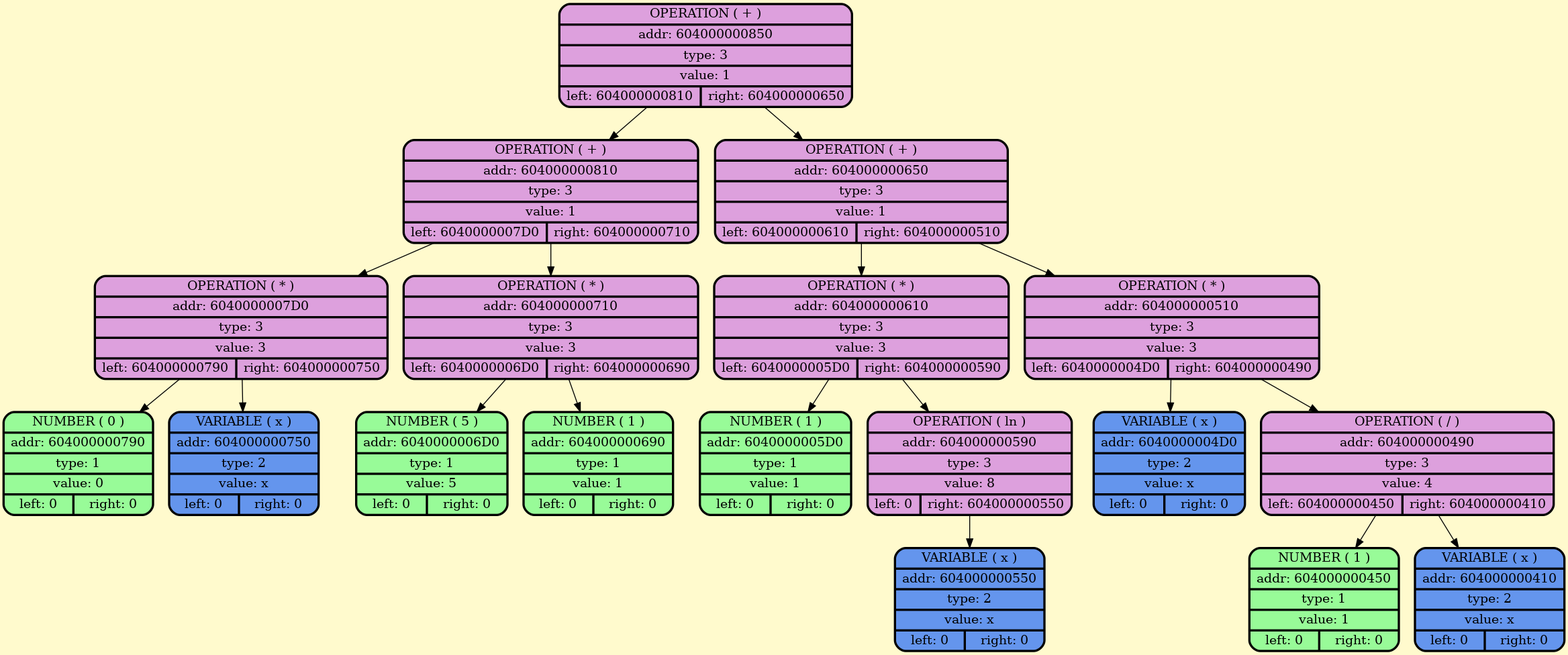
Earlier version of the Graphviz export dumpGraph/deriv.png (BulgakovDmitry/differentiator). Its source is kept beside it as dumpGraph/deriv.gv.
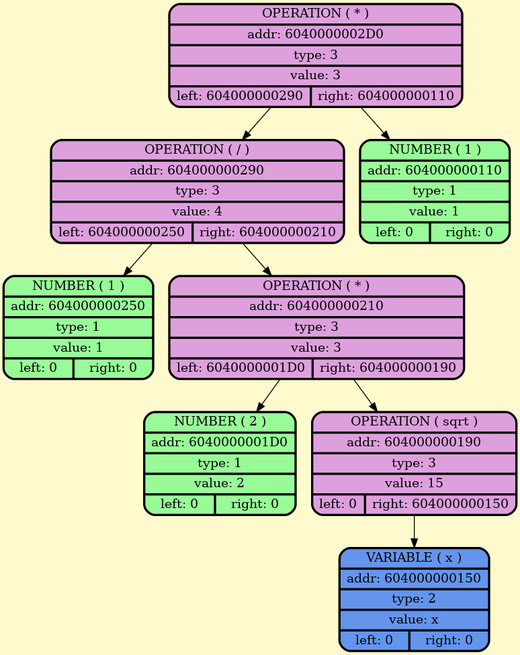
Above is the later version.

The edit, as a diff of the source:
```diff
@@ -2,39 +2,19 @@
     node [style=filled, fontcolor=darkblue, fillcolor=peachpuff, color="#252A34", penwidth=2.5];
     bgcolor="lemonchiffon";
 
-node_0x604000000850 [shape=Mrecord; style = filled; fillcolor=plum; color = "#000000"; fontcolor = "#000000";label=" {OPERATION ( + ) | addr: 604000000850 | type: 3 | value: 1 | {left: 604000000810 | right: 604000000650}} "];
-node_0x604000000810 [shape=Mrecord; style = filled; fillcolor=plum; color = "#000000"; fontcolor = "#000000";label=" {OPERATION ( + ) | addr: 604000000810 | type: 3 | value: 1 | {left: 6040000007D0 | right: 604000000710}} "];
-node_0x6040000007d0 [shape=Mrecord; style = filled; fillcolor=plum; color = "#000000"; fontcolor = "#000000";label=" {OPERATION ( * ) | addr: 6040000007D0 | type: 3 | value: 3 | {left: 604000000790 | right: 604000000750}} "];
-    node_0x604000000790 [shape=Mrecord; style = filled; fillcolor = palegreen; color = "#000000"; fontcolor = "#000000";  label="  {NUMBER ( 0 )| addr: 604000000790 | type: 1| value: 0 | {left: 0 | right: 0}} "];
-    node_0x604000000750 [shape=Mrecord; style = filled; fillcolor = cornflowerblue; color = "#000000"; fontcolor = "#000000";  label="  {VARIABLE ( x )| addr: 604000000750 | type: 2| value: x | {left: 0 | right: 0}} "];
-node_0x604000000710 [shape=Mrecord; style = filled; fillcolor=plum; color = "#000000"; fontcolor = "#000000";label=" {OPERATION ( * ) | addr: 604000000710 | type: 3 | value: 3 | {left: 6040000006D0 | right: 604000000690}} "];
-    node_0x6040000006d0 [shape=Mrecord; style = filled; fillcolor = palegreen; color = "#000000"; fontcolor = "#000000";  label="  {NUMBER ( 5 )| addr: 6040000006D0 | type: 1| value: 5 | {left: 0 | right: 0}} "];
-    node_0x604000000690 [shape=Mrecord; style = filled; fillcolor = palegreen; color = "#000000"; fontcolor = "#000000";  label="  {NUMBER ( 1 )| addr: 604000000690 | type: 1| value: 1 | {left: 0 | right: 0}} "];
-node_0x604000000650 [shape=Mrecord; style = filled; fillcolor=plum; color = "#000000"; fontcolor = "#000000";label=" {OPERATION ( + ) | addr: 604000000650 | type: 3 | value: 1 | {left: 604000000610 | right: 604000000510}} "];
-node_0x604000000610 [shape=Mrecord; style = filled; fillcolor=plum; color = "#000000"; fontcolor = "#000000";label=" {OPERATION ( * ) | addr: 604000000610 | type: 3 | value: 3 | {left: 6040000005D0 | right: 604000000590}} "];
-    node_0x6040000005d0 [shape=Mrecord; style = filled; fillcolor = palegreen; color = "#000000"; fontcolor = "#000000";  label="  {NUMBER ( 1 )| addr: 6040000005D0 | type: 1| value: 1 | {left: 0 | right: 0}} "];
-node_0x604000000590 [shape=Mrecord; style = filled; fillcolor=plum; color = "#000000"; fontcolor = "#000000";label=" {OPERATION ( ln ) | addr: 604000000590 | type: 3 | value: 8 | {left: 0 | right: 604000000550}} "];
-    node_0x604000000550 [shape=Mrecord; style = filled; fillcolor = cornflowerblue; color = "#000000"; fontcolor = "#000000";  label="  {VARIABLE ( x )| addr: 604000000550 | type: 2| value: x | {left: 0 | right: 0}} "];
-node_0x604000000510 [shape=Mrecord; style = filled; fillcolor=plum; color = "#000000"; fontcolor = "#000000";label=" {OPERATION ( * ) | addr: 604000000510 | type: 3 | value: 3 | {left: 6040000004D0 | right: 604000000490}} "];
-    node_0x6040000004d0 [shape=Mrecord; style = filled; fillcolor = cornflowerblue; color = "#000000"; fontcolor = "#000000";  label="  {VARIABLE ( x )| addr: 6040000004D0 | type: 2| value: x | {left: 0 | right: 0}} "];
-node_0x604000000490 [shape=Mrecord; style = filled; fillcolor=plum; color = "#000000"; fontcolor = "#000000";label=" {OPERATION ( / ) | addr: 604000000490 | type: 3 | value: 4 | {left: 604000000450 | right: 604000000410}} "];
-    node_0x604000000450 [shape=Mrecord; style = filled; fillcolor = palegreen; color = "#000000"; fontcolor = "#000000";  label="  {NUMBER ( 1 )| addr: 604000000450 | type: 1| value: 1 | {left: 0 | right: 0}} "];
-    node_0x604000000410 [shape=Mrecord; style = filled; fillcolor = cornflowerblue; color = "#000000"; fontcolor = "#000000";  label="  {VARIABLE ( x )| addr: 604000000410 | type: 2| value: x | {left: 0 | right: 0}} "];
-    node_0x604000000850 -> node_0x604000000810;
-    node_0x604000000810 -> node_0x6040000007d0;
-    node_0x6040000007d0 -> node_0x604000000790;
-    node_0x6040000007d0 -> node_0x604000000750;
-    node_0x604000000810 -> node_0x604000000710;
-    node_0x604000000710 -> node_0x6040000006d0;
-    node_0x604000000710 -> node_0x604000000690;
-    node_0x604000000850 -> node_0x604000000650;
-    node_0x604000000650 -> node_0x604000000610;
-    node_0x604000000610 -> node_0x6040000005d0;
-    node_0x604000000610 -> node_0x604000000590;
-    node_0x604000000590 -> node_0x604000000550;
-    node_0x604000000650 -> node_0x604000000510;
-    node_0x604000000510 -> node_0x6040000004d0;
-    node_0x604000000510 -> node_0x604000000490;
-    node_0x604000000490 -> node_0x604000000450;
-    node_0x604000000490 -> node_0x604000000410;
+node_0x6040000002d0 [shape=Mrecord; style = filled; fillcolor=plum; color = "#000000"; fontcolor = "#000000";label=" {OPERATION ( * ) | addr: 6040000002D0 | type: 3 | value: 3 | {left: 604000000290 | right: 604000000110}} "];
+node_0x604000000290 [shape=Mrecord; style = filled; fillcolor=plum; color = "#000000"; fontcolor = "#000000";label=" {OPERATION ( / ) | addr: 604000000290 | type: 3 | value: 4 | {left: 604000000250 | right: 604000000210}} "];
+    node_0x604000000250 [shape=Mrecord; style = filled; fillcolor = palegreen; color = "#000000"; fontcolor = "#000000";  label="  {NUMBER ( 1 )| addr: 604000000250 | type: 1| value: 1 | {left: 0 | right: 0}} "];
+node_0x604000000210 [shape=Mrecord; style = filled; fillcolor=plum; color = "#000000"; fontcolor = "#000000";label=" {OPERATION ( * ) | addr: 604000000210 | type: 3 | value: 3 | {left: 6040000001D0 | right: 604000000190}} "];
+    node_0x6040000001d0 [shape=Mrecord; style = filled; fillcolor = palegreen; color = "#000000"; fontcolor = "#000000";  label="  {NUMBER ( 2 )| addr: 6040000001D0 | type: 1| value: 2 | {left: 0 | right: 0}} "];
+node_0x604000000190 [shape=Mrecord; style = filled; fillcolor=plum; color = "#000000"; fontcolor = "#000000";label=" {OPERATION ( sqrt ) | addr: 604000000190 | type: 3 | value: 15 | {left: 0 | right: 604000000150}} "];
+    node_0x604000000150 [shape=Mrecord; style = filled; fillcolor = cornflowerblue; color = "#000000"; fontcolor = "#000000";  label="  {VARIABLE ( x )| addr: 604000000150 | type: 2| value: x | {left: 0 | right: 0}} "];
+    node_0x604000000110 [shape=Mrecord; style = filled; fillcolor = palegreen; color = "#000000"; fontcolor = "#000000";  label="  {NUMBER ( 1 )| addr: 604000000110 | type: 1| value: 1 | {left: 0 | right: 0}} "];
+    node_0x6040000002d0 -> node_0x604000000290;
+    node_0x604000000290 -> node_0x604000000250;
+    node_0x604000000290 -> node_0x604000000210;
+    node_0x604000000210 -> node_0x6040000001d0;
+    node_0x604000000210 -> node_0x604000000190;
+    node_0x604000000190 -> node_0x604000000150;
+    node_0x6040000002d0 -> node_0x604000000110;
 }
```
